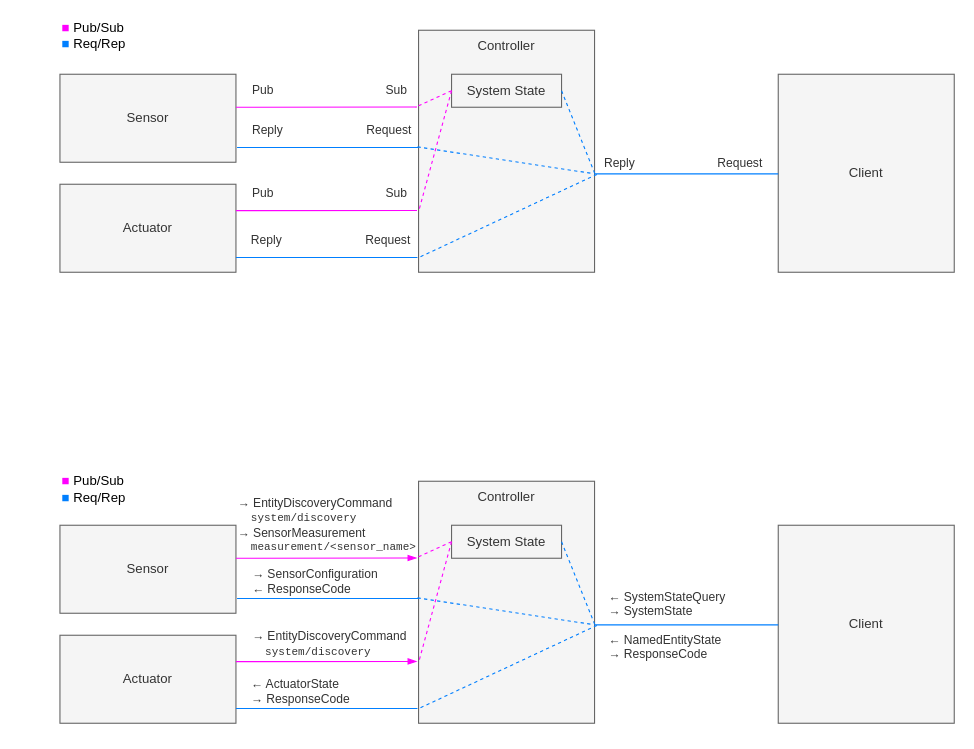
Above: images/diagram.drawio.xml in ede1998/labor-verteilte-systeme (draw.io), before the change. Source tidied: cells renumbered, new cells numbered last; positions are measured from the earlier drawing's top-left corner, leaving out a move shared by most shapes. Both pictures are drawn from the tidied source at 110%, with x=0, y=0 at pixel (59, 19).
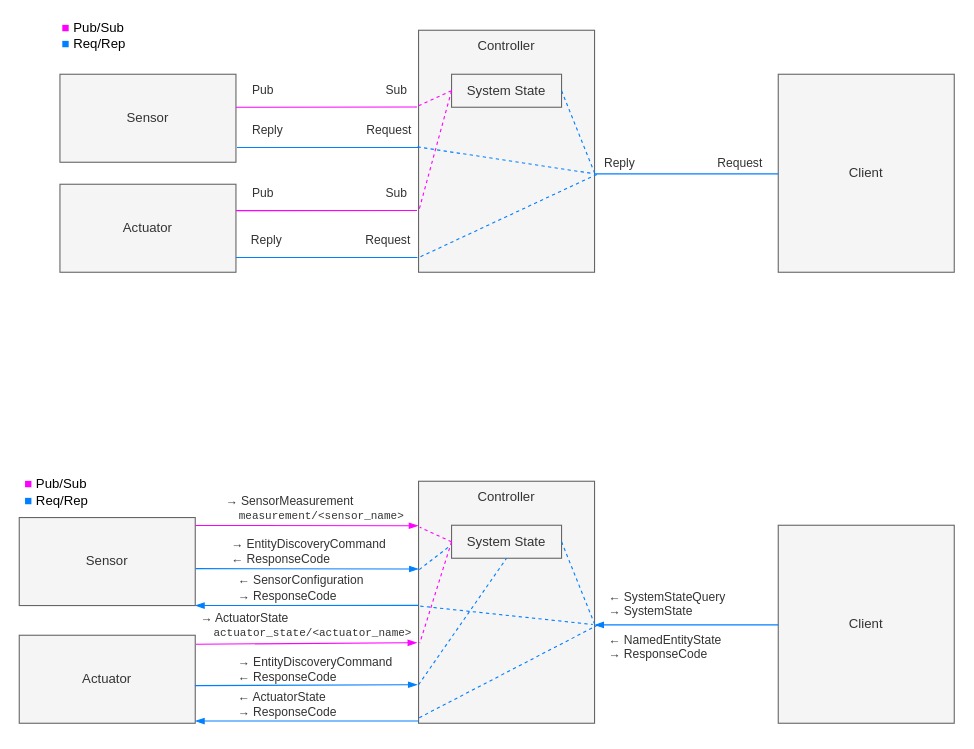
The same diagram, later.

The change refers to these unchanged cells:
```xml
<mxCell id="29" value="Controller" style="rounded=0;whiteSpace=wrap;html=1;align=center;verticalAlign=top;fillColor=#f5f5f5;fontColor=#333333;strokeColor=#666666;" parent="1" vertex="1">
  <mxGeometry x="326" y="420" width="160" height="220" as="geometry" />
</mxCell>
<mxCell id="43" value="System State" style="rounded=0;whiteSpace=wrap;html=1;align=center;verticalAlign=middle;fillColor=#f5f5f5;fontColor=#333333;strokeColor=#666666;" parent="1" vertex="1">
  <mxGeometry x="356" y="460" width="100" height="30" as="geometry" />
</mxCell>
```

Diff of the diagram source:
```diff
@@
     <mxCell id="28" value="Sensor" style="rounded=0;whiteSpace=wrap;html=1;align=center;verticalAlign=middle;fillColor=#f5f5f5;fontColor=#333333;strokeColor=#666666;" parent="1" vertex="1">
-      <mxGeometry y="460" width="160" height="80" as="geometry" />
+      <mxGeometry x="-37" y="453" width="160" height="80" as="geometry" />
     </mxCell>
@@
-    <mxCell id="30" style="endArrow=blockThin;html=1;rounded=0;exitX=1;exitY=0.5;exitDx=0;exitDy=0;entryX=-0.009;entryY=0.221;entryDx=0;entryDy=0;entryPerimeter=0;strokeColor=#FF00FF;endFill=1;" parent="1" edge="1">
+    <mxCell id="30" style="endArrow=blockThin;html=1;rounded=0;exitDx=0;exitDy=0;entryDx=0;entryDy=0;entryPerimeter=0;strokeColor=#FF00FF;endFill=1;entryX=-0.002;entryY=0.184;" parent="1" edge="1" target="29">
       <mxGeometry relative="1" as="geometry">
-        <mxPoint x="160" y="490" as="sourcePoint" />
-        <mxPoint x="324.6" y="489.8" as="targetPoint" />
+        <mxPoint x="123" y="460.2" as="sourcePoint" />
       </mxGeometry>
     </mxCell>
-    <mxCell id="31" value="&lt;div&gt;→ EntityDiscoveryCommand&lt;/div&gt;&lt;div style=&quot;line-height: 120%;&quot;&gt;&lt;font face=&quot;Courier New&quot; style=&quot;font-size: 10px;&quot;&gt;&amp;nbsp; system/discovery&lt;/font&gt;&lt;br&gt;&lt;/div&gt;&lt;div&gt;→ SensorMeasurement&lt;/div&gt;&lt;div style=&quot;font-size: 10px;&quot;&gt;&lt;font face=&quot;Courier New&quot; style=&quot;font-size: 10px;&quot;&gt;&amp;nbsp; &lt;/font&gt;&lt;font face=&quot;Courier New&quot; style=&quot;font-size: 10px;&quot;&gt;measurement/&lt;/font&gt;&lt;font face=&quot;Courier New&quot; style=&quot;font-size: 10px;&quot;&gt;&amp;lt;sensor_name&amp;gt;&lt;/font&gt;&lt;br&gt;&lt;/div&gt;" style="edgeLabel;html=1;align=left;verticalAlign=middle;fontColor=#333333;labelBackgroundColor=none;" parent="30" vertex="1">
+    <mxCell id="31" value="→ SensorMeasurement&lt;div style=&quot;font-size: 10px;&quot;&gt;&lt;font face=&quot;Courier New&quot; style=&quot;font-size: 10px;&quot;&gt;&amp;nbsp; &lt;/font&gt;&lt;font face=&quot;Courier New&quot; style=&quot;font-size: 10px;&quot;&gt;measurement/&lt;/font&gt;&lt;font face=&quot;Courier New&quot; style=&quot;font-size: 10px;&quot;&gt;&amp;lt;sensor_name&amp;gt;&lt;/font&gt;&lt;br&gt;&lt;/div&gt;" style="edgeLabel;html=1;align=left;verticalAlign=middle;fontColor=#333333;labelBackgroundColor=none;" parent="30" vertex="1">
       <mxGeometry x="0.01" y="-1" relative="1" as="geometry">
-        <mxPoint x="-83" y="-31" as="offset" />
+        <mxPoint x="-76" y="-17" as="offset" />
       </mxGeometry>
     </mxCell>
     <mxCell id="32" value="Actuator" style="rounded=0;whiteSpace=wrap;html=1;align=center;verticalAlign=middle;fillColor=#f5f5f5;fontColor=#333333;strokeColor=#666666;" parent="1" vertex="1">
-      <mxGeometry y="560" width="160" height="80" as="geometry" />
+      <mxGeometry x="-37" y="560" width="160" height="80" as="geometry" />
     </mxCell>
-    <mxCell id="33" style="endArrow=none;html=1;rounded=0;exitX=1;exitY=0.5;exitDx=0;exitDy=0;fillColor=#f5f5f5;strokeColor=#007FFF;entryX=-0.009;entryY=0.221;entryDx=0;entryDy=0;entryPerimeter=0;" parent="1" edge="1">
+    <mxCell id="33" style="endArrow=blockThin;html=1;rounded=0;exitDx=0;exitDy=0;fillColor=#f5f5f5;strokeColor=#007FFF;entryDx=0;entryDy=0;entryPerimeter=0;endFill=1;exitX=0.998;exitY=0.572;exitPerimeter=0;entryX=1.01;entryY=0.566;" parent="1" edge="1" source="32">
       <mxGeometry relative="1" as="geometry">
-        <mxPoint x="160" y="626.6" as="sourcePoint" />
-        <mxPoint x="325" y="626.6" as="targetPoint" />
+        <mxPoint x="325" y="605" as="targetPoint" />
       </mxGeometry>
     </mxCell>
     <mxCell id="34" value="← ActuatorState&lt;br style=&quot;border-color: var(--border-color);&quot;&gt;→&amp;nbsp;ResponseCode" style="edgeLabel;html=1;align=left;verticalAlign=middle;fontColor=#333333;labelBackgroundColor=none;" parent="33" vertex="1">
       <mxGeometry x="0.01" y="-1" relative="1" as="geometry">
-        <mxPoint x="-71" y="-17" as="offset" />
+        <mxPoint x="-65" y="16" as="offset" />
       </mxGeometry>
     </mxCell>
@@
-    <mxCell id="36" style="endArrow=none;html=1;rounded=0;exitX=1;exitY=0.5;exitDx=0;exitDy=0;fillColor=#f5f5f5;strokeColor=#007FFF;entryX=0;entryY=0.5;entryDx=0;entryDy=0;" parent="1" edge="1">
+    <mxCell id="36" style="endArrow=none;html=1;rounded=0;exitX=1;exitY=0.5;exitDx=0;exitDy=0;fillColor=#f5f5f5;strokeColor=#007FFF;entryX=0;entryY=0.5;entryDx=0;entryDy=0;startArrow=blockThin;startFill=1;" parent="1" edge="1">
       <mxGeometry relative="1" as="geometry">
         <mxPoint x="486" y="550.6" as="sourcePoint" />
         <mxPoint x="653" y="550.6" as="targetPoint" />
       </mxGeometry>
     </mxCell>
-    <mxCell id="37" style="endArrow=none;html=1;rounded=0;exitX=1;exitY=0.5;exitDx=0;exitDy=0;fillColor=#f5f5f5;strokeColor=#007FFF;entryX=-0.009;entryY=0.221;entryDx=0;entryDy=0;entryPerimeter=0;" parent="1" edge="1">
+    <mxCell id="37" style="endArrow=blockThin;html=1;rounded=0;exitDx=0;exitDy=0;fillColor=#f5f5f5;strokeColor=#007FFF;entryDx=0;entryDy=0;entryPerimeter=0;endFill=1;exitX=1.001;exitY=0.58;exitPerimeter=0;" parent="1" edge="1" source="28">
       <mxGeometry relative="1" as="geometry">
-        <mxPoint x="161" y="526.6" as="sourcePoint" />
-        <mxPoint x="326" y="526.6" as="targetPoint" />
+        <mxPoint x="326" y="499.8" as="targetPoint" />
       </mxGeometry>
     </mxCell>
-    <mxCell id="38" value="→ SensorConfiguration&lt;br&gt;← ResponseCode" style="edgeLabel;html=1;align=left;verticalAlign=middle;fontColor=#333333;labelBackgroundColor=none;" parent="37" vertex="1">
+    <mxCell id="38" value="&lt;div&gt;→ EntityDiscoveryCommand&lt;br&gt;&lt;/div&gt;&lt;div&gt;← ResponseCode&lt;/div&gt;" style="edgeLabel;html=1;align=left;verticalAlign=middle;fontColor=#333333;labelBackgroundColor=none;" parent="37" vertex="1">
       <mxGeometry x="0.01" y="-1" relative="1" as="geometry">
         <mxPoint x="-71" y="-17" as="offset" />
       </mxGeometry>
     </mxCell>
-    <mxCell id="39" style="endArrow=blockThin;html=1;rounded=0;exitX=1;exitY=0.5;exitDx=0;exitDy=0;entryX=-0.009;entryY=0.221;entryDx=0;entryDy=0;entryPerimeter=0;strokeColor=#FF00FF;endFill=1;" parent="1" edge="1">
+    <mxCell id="39" style="endArrow=blockThin;html=1;rounded=0;exitDx=0;exitDy=0;entryDx=0;entryDy=0;entryPerimeter=0;strokeColor=#FF00FF;endFill=1;exitX=1.004;exitY=0.102;exitPerimeter=0;" parent="1" edge="1" source="32">
       <mxGeometry relative="1" as="geometry">
-        <mxPoint x="160" y="584" as="sourcePoint" />
-        <mxPoint x="324.6" y="583.8" as="targetPoint" />
+        <mxPoint x="324.6" y="566.8" as="targetPoint" />
       </mxGeometry>
     </mxCell>
-    <mxCell id="40" value="&lt;div&gt;→ EntityDiscoveryCommand&lt;/div&gt;&lt;div style=&quot;font-size: 10px;&quot;&gt;&lt;font face=&quot;Courier New&quot;&gt;&amp;nbsp; system/discovery&lt;/font&gt;&lt;br&gt;&lt;/div&gt;" style="edgeLabel;html=1;align=left;verticalAlign=middle;fontColor=#333333;labelBackgroundColor=none;" parent="39" vertex="1">
+    <mxCell id="40" value="&lt;div&gt;→ ActuatorState&lt;br&gt;&lt;/div&gt;&lt;div style=&quot;font-size: 10px;&quot;&gt;&lt;font face=&quot;Courier New&quot;&gt;&amp;nbsp; actuator_state/&amp;lt;actuator_name&amp;gt;&lt;/font&gt;&lt;br&gt;&lt;/div&gt;" style="edgeLabel;html=1;align=left;verticalAlign=middle;fontColor=#333333;labelBackgroundColor=none;" parent="39" vertex="1">
       <mxGeometry x="0.01" y="-1" relative="1" as="geometry">
-        <mxPoint x="-70" y="-17" as="offset" />
+        <mxPoint x="-99" y="-18" as="offset" />
       </mxGeometry>
     </mxCell>
-    <mxCell id="41" style="endArrow=none;html=1;rounded=0;edgeStyle=orthogonalEdgeStyle;exitX=-0.006;exitY=0.482;exitDx=0;exitDy=0;exitPerimeter=0;dashed=1;entryX=0.99;entryY=0.592;entryDx=0;entryDy=0;entryPerimeter=0;strokeColor=#007FFF;" parent="1" edge="1" source="29" target="29">
+    <mxCell id="41" style="endArrow=none;html=1;rounded=0;edgeStyle=orthogonalEdgeStyle;exitX=0.01;exitY=0.516;exitDx=0;exitDy=0;dashed=1;entryX=0.99;entryY=0.592;entryDx=0;entryDy=0;entryPerimeter=0;strokeColor=#007FFF;exitPerimeter=0;" parent="1" edge="1" source="29" target="29">
       <mxGeometry relative="1" as="geometry" />
     </mxCell>
-    <mxCell id="42" style="endArrow=none;html=1;rounded=0;exitX=0.011;exitY=0.936;exitDx=0;exitDy=0;exitPerimeter=0;dashed=1;entryX=1.024;entryY=0.592;entryDx=0;entryDy=0;entryPerimeter=0;strokeColor=#007FFF;" parent="1" edge="1" source="29" target="29">
+    <mxCell id="42" style="endArrow=none;html=1;rounded=0;exitX=0.004;exitY=0.977;exitDx=0;exitDy=0;exitPerimeter=0;dashed=1;entryX=1.024;entryY=0.592;entryDx=0;entryDy=0;entryPerimeter=0;strokeColor=#007FFF;" parent="1" edge="1" source="29" target="29">
       <mxGeometry relative="1" as="geometry" />
     </mxCell>
@@
-    <mxCell id="45" style="endArrow=none;html=1;rounded=0;exitX=0;exitY=0.5;exitDx=0;exitDy=0;dashed=1;strokeColor=#FF00FF;" parent="1" edge="1" source="43">
-      <mxGeometry relative="1" as="geometry">
-        <mxPoint x="323" y="490" as="targetPoint" />
-      </mxGeometry>
+    <mxCell id="45" style="endArrow=none;html=1;rounded=0;exitX=0;exitY=0.5;exitDx=0;exitDy=0;dashed=1;strokeColor=#FF00FF;entryX=0.007;entryY=0.19;entryDx=0;entryDy=0;entryPerimeter=0;" parent="1" edge="1" source="43" target="29">
+      <mxGeometry relative="1" as="geometry" />
     </mxCell>
-    <mxCell id="46" style="endArrow=none;html=1;rounded=0;exitX=0;exitY=0.5;exitDx=0;exitDy=0;dashed=1;entryX=0;entryY=0.75;entryDx=0;entryDy=0;strokeColor=#FF00FF;" parent="1" edge="1" source="43" target="29">
+    <mxCell id="46" style="endArrow=none;html=1;rounded=0;exitX=0;exitY=0.5;exitDx=0;exitDy=0;dashed=1;entryX=0.007;entryY=0.669;entryDx=0;entryDy=0;strokeColor=#FF00FF;entryPerimeter=0;" parent="1" edge="1" source="43" target="29">
       <mxGeometry relative="1" as="geometry" />
     </mxCell>
@@
     <mxCell id="48" value="&lt;font color=&quot;#ff00ff&quot;&gt;■&lt;/font&gt; Pub/Sub&lt;br&gt;&lt;font color=&quot;#007fff&quot;&gt;■&lt;/font&gt; Req/Rep" style="text;html=1;strokeColor=none;fillColor=none;align=left;verticalAlign=middle;whiteSpace=wrap;rounded=0;" parent="1" vertex="1">
-      <mxGeometry y="412" width="110" height="30" as="geometry" />
+      <mxGeometry x="-34" y="415" width="110" height="30" as="geometry" />
     </mxCell>
+    <mxCell id="49" style="endArrow=none;html=1;rounded=0;exitDx=0;exitDy=0;fillColor=#f5f5f5;strokeColor=#007FFF;entryDx=0;entryDy=0;entryPerimeter=0;endFill=0;startArrow=blockThin;startFill=1;exitX=1;exitY=1;" parent="1" edge="1" source="28">
+      <mxGeometry relative="1" as="geometry">
+        <mxPoint x="326" y="532.8" as="targetPoint" />
+      </mxGeometry>
+    </mxCell>
+    <mxCell id="50" value="← SensorConfiguration&lt;br&gt;→ ResponseCode" style="edgeLabel;html=1;align=left;verticalAlign=middle;fontColor=#333333;labelBackgroundColor=none;" parent="49" vertex="1">
+      <mxGeometry x="0.01" y="-1" relative="1" as="geometry">
+        <mxPoint x="-66" y="-17" as="offset" />
+      </mxGeometry>
+    </mxCell>
+    <mxCell id="51" style="endArrow=none;html=1;rounded=0;fillColor=#f5f5f5;strokeColor=#007FFF;entryDx=0;entryDy=0;entryPerimeter=0;endFill=0;startArrow=blockThin;startFill=1;" parent="1" edge="1">
+      <mxGeometry relative="1" as="geometry">
+        <mxPoint x="123" y="638" as="sourcePoint" />
+        <mxPoint x="326" y="638" as="targetPoint" />
+      </mxGeometry>
+    </mxCell>
+    <mxCell id="52" value="&lt;div&gt;→ EntityDiscoveryCommand&lt;br&gt;&lt;/div&gt;&lt;div&gt;← ResponseCode&lt;/div&gt;" style="edgeLabel;html=1;align=left;verticalAlign=middle;fontColor=#333333;labelBackgroundColor=none;" parent="1" vertex="1">
+      <mxGeometry x="160" y="590" as="geometry" />
+    </mxCell>
+    <mxCell id="53" style="endArrow=none;html=1;rounded=0;exitX=0.004;exitY=0.977;exitDx=0;exitDy=0;exitPerimeter=0;dashed=1;entryX=0.5;entryY=1;entryDx=0;entryDy=0;strokeColor=#007FFF;" parent="1" edge="1" target="43">
+      <mxGeometry relative="1" as="geometry">
+        <mxPoint x="326" y="605" as="sourcePoint" />
+      </mxGeometry>
+    </mxCell>
+    <mxCell id="54" style="endArrow=none;html=1;rounded=0;exitX=0.004;exitY=0.365;exitDx=0;exitDy=0;exitPerimeter=0;dashed=1;strokeColor=#007FFF;" parent="1" edge="1" source="29">
+      <mxGeometry relative="1" as="geometry">
+        <mxPoint x="353" y="480" as="targetPoint" />
+      </mxGeometry>
+    </mxCell>
```
